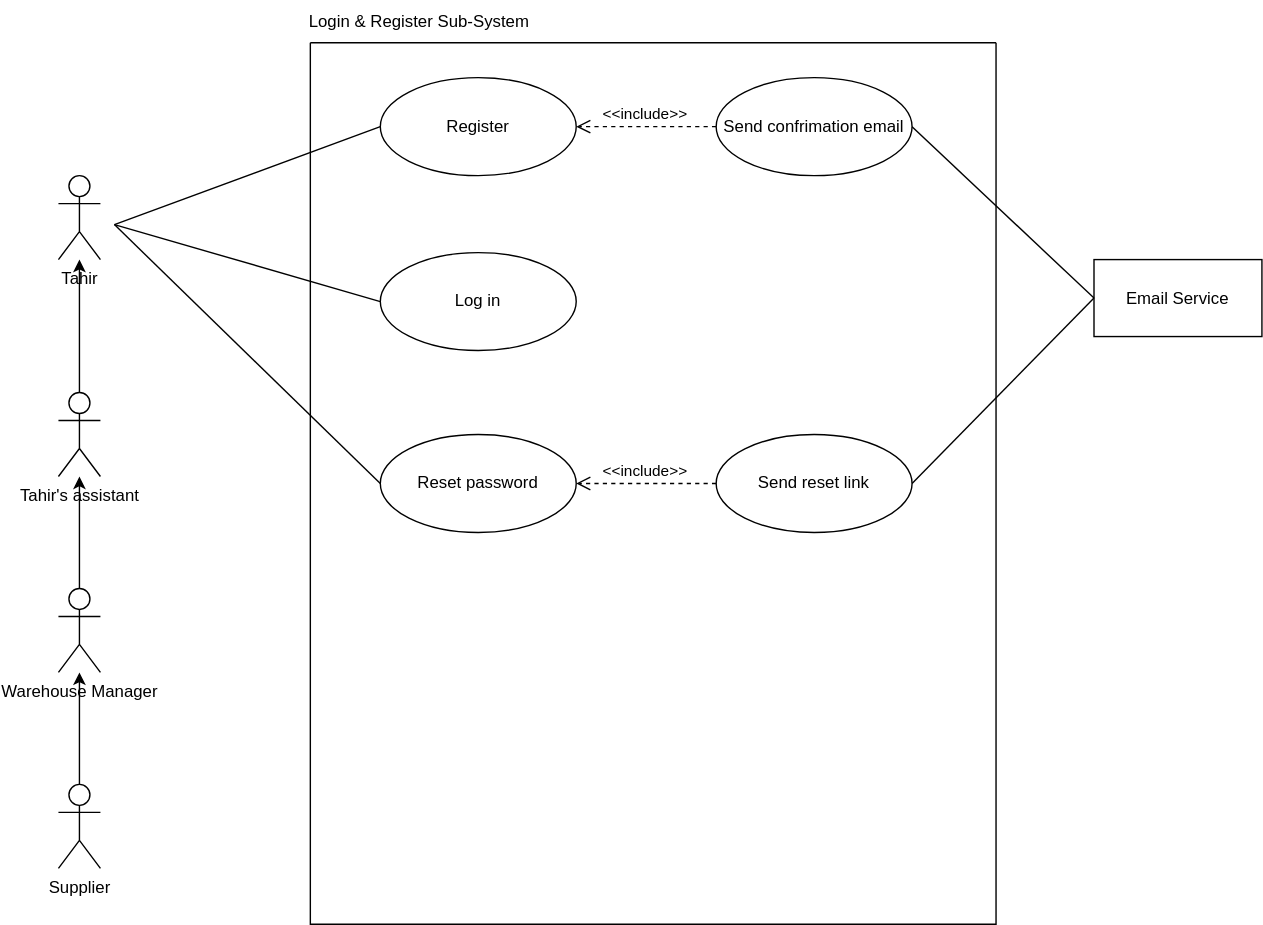
Above: Login Register.svg in Simamkele88/IFM3_GP (draw.io), before the change. Source tidied: cells renumbered, new cells last; positions are measured from the earlier drawing's top-left corner, leaving out a move shared by most shapes.
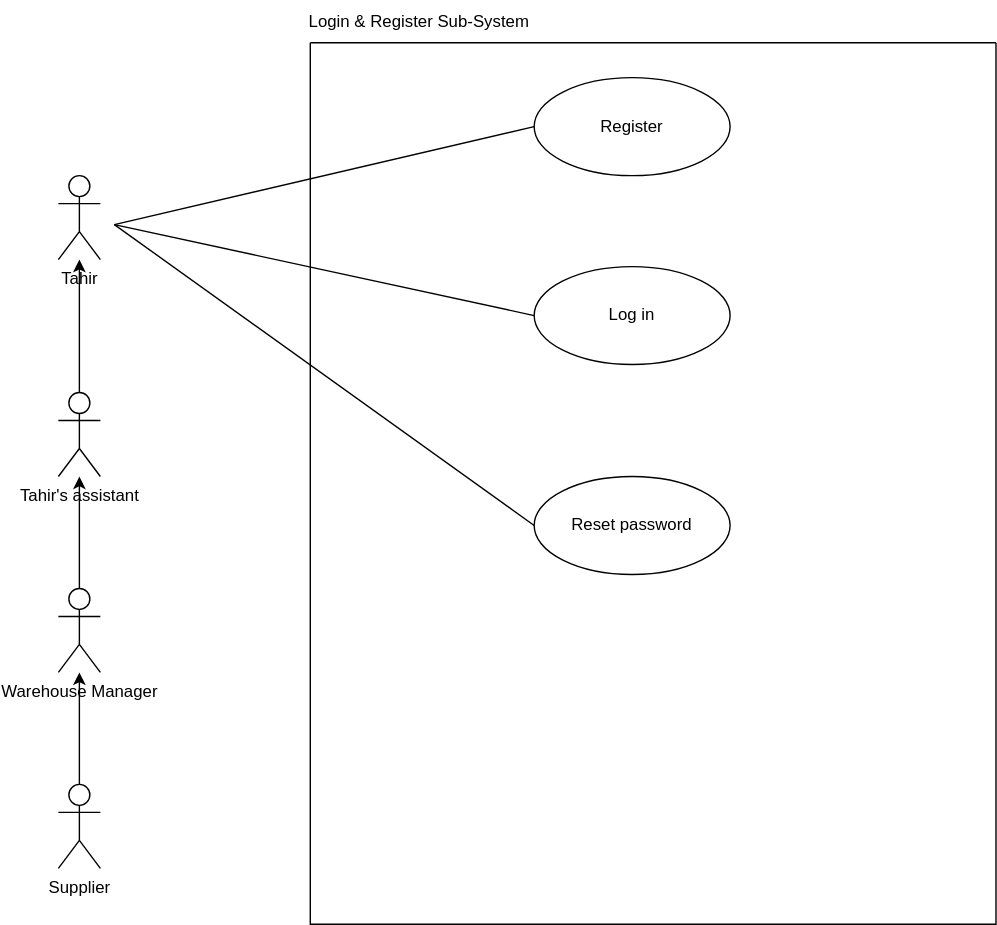
After the commit.

The edit, as a diff of the source:
```diff
@@ -9,26 +9,14 @@
       <mxGeometry x="180" y="30" width="490" height="630" as="geometry" />
     </mxCell>
     <mxCell id="4" value="Log in" style="ellipse;whiteSpace=wrap;html=1;strokeColor=default;align=center;verticalAlign=middle;fontFamily=Helvetica;fontSize=12;fontColor=default;fillColor=default;" parent="3" vertex="1">
-      <mxGeometry x="50" y="150" width="140" height="70" as="geometry" />
+      <mxGeometry x="160" y="160" width="140" height="70" as="geometry" />
     </mxCell>
     <mxCell id="5" value="Register" style="ellipse;whiteSpace=wrap;html=1;" parent="3" vertex="1">
-      <mxGeometry x="50" y="25" width="140" height="70" as="geometry" />
+      <mxGeometry x="160" y="25" width="140" height="70" as="geometry" />
     </mxCell>
     <mxCell id="6" value="Reset password" style="ellipse;whiteSpace=wrap;html=1;strokeColor=default;align=center;verticalAlign=middle;fontFamily=Helvetica;fontSize=12;fontColor=default;fillColor=default;" parent="3" vertex="1">
-      <mxGeometry x="50" y="280" width="140" height="70" as="geometry" />
+      <mxGeometry x="160" y="310" width="140" height="70" as="geometry" />
     </mxCell>
-    <mxCell id="7" value="Send confrimation email" style="ellipse;whiteSpace=wrap;html=1;" parent="3" vertex="1">
-      <mxGeometry x="290" y="25" width="140" height="70" as="geometry" />
-    </mxCell>
-    <mxCell id="8" value="Send reset link" style="ellipse;whiteSpace=wrap;html=1;" parent="3" vertex="1">
-      <mxGeometry x="290" y="280" width="140" height="70" as="geometry" />
-    </mxCell>
-    <mxCell id="9" value="&amp;lt;&amp;lt;include&amp;gt;&amp;gt;" style="html=1;verticalAlign=bottom;endArrow=open;dashed=1;endSize=8;curved=0;rounded=0;entryX=1;entryY=0.5;entryDx=0;entryDy=0;exitX=0;exitY=0.5;exitDx=0;exitDy=0;" parent="3" edge="1" source="8" target="6">
-      <mxGeometry relative="1" as="geometry" />
-    </mxCell>
-    <mxCell id="10" value="&amp;lt;&amp;lt;include&amp;gt;&amp;gt;" style="html=1;verticalAlign=bottom;endArrow=open;dashed=1;endSize=8;curved=0;rounded=0;exitX=0;exitY=0.5;exitDx=0;exitDy=0;" parent="3" edge="1" source="7" target="5">
-      <mxGeometry relative="1" as="geometry" />
-    </mxCell>
     <mxCell id="11" value="Login &amp;amp; Register Sub-System" style="text;html=1;align=center;verticalAlign=middle;whiteSpace=wrap;rounded=0;" parent="1" vertex="1">
       <mxGeometry x="170" width="176" height="30" as="geometry" />
     </mxCell>
@@ -59,15 +47,6 @@
         <mxPoint x="40" y="160" as="sourcePoint" />
       </mxGeometry>
     </mxCell>
-    <mxCell id="19" value="Email Service" style="rounded=0;whiteSpace=wrap;html=1;" parent="1" vertex="1">
-      <mxGeometry x="740" y="185" width="120" height="55" as="geometry" />
-    </mxCell>
-    <mxCell id="20" style="endArrow=none;html=1;rounded=0;entryX=0;entryY=0.5;entryDx=0;entryDy=0;exitX=1;exitY=0.5;exitDx=0;exitDy=0;" parent="1" edge="1" source="8" target="19">
-      <mxGeometry relative="1" as="geometry" />
-    </mxCell>
-    <mxCell id="21" style="endArrow=none;html=1;rounded=0;exitX=1;exitY=0.5;exitDx=0;exitDy=0;entryX=0;entryY=0.5;entryDx=0;entryDy=0;" parent="1" edge="1" source="7" target="19">
-      <mxGeometry relative="1" as="geometry" />
-    </mxCell>
     <mxCell id="22" style="edgeStyle=orthogonalEdgeStyle;rounded=0;jettySize=auto;html=1;" parent="1" edge="1" source="23" target="13">
       <mxGeometry relative="1" as="geometry" />
     </mxCell>
```
